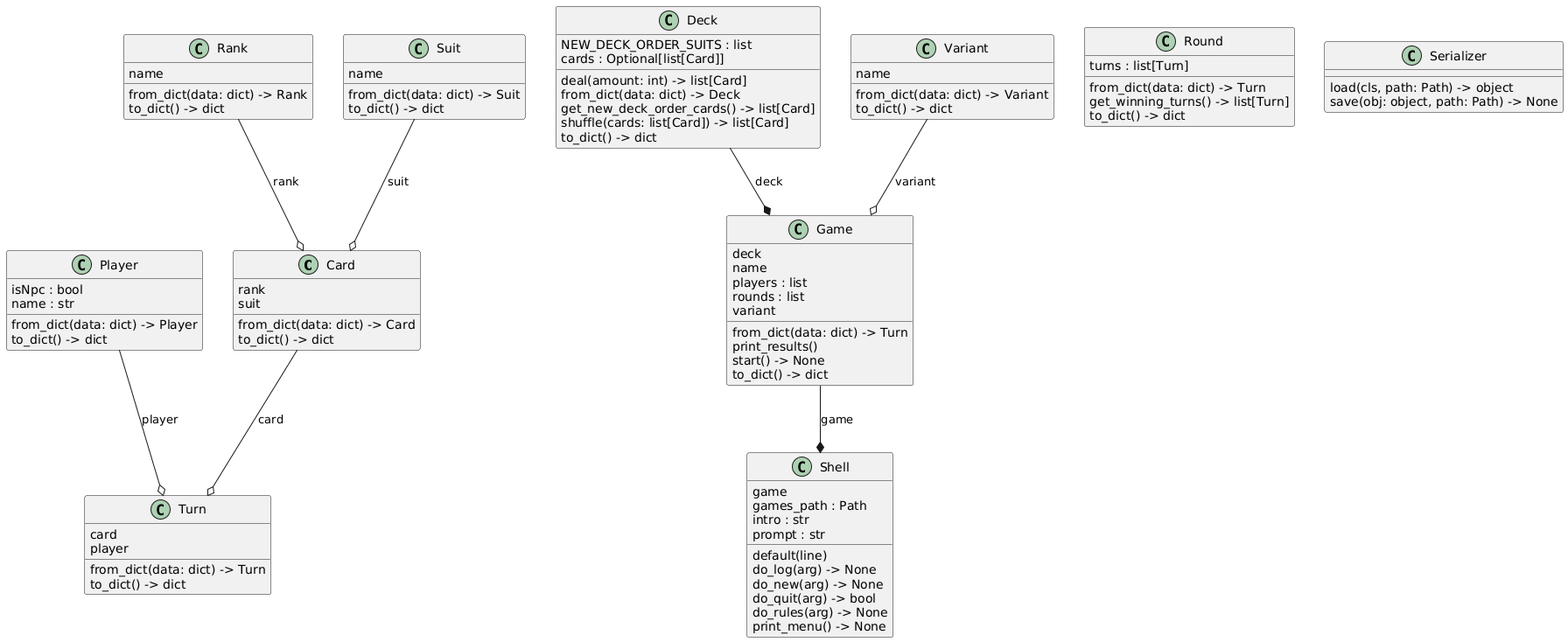
This is docs/uml/png/classes_war.png from b3h3m0th/war, a PlantUML export, as it was before one commit. Source of this version:
```plantuml
@startuml
set namespaceSeparator none
class "Card" as models.card.Card {
  rank
  suit
  from_dict(data: dict) -> Card
  to_dict() -> dict
}
class "Deck" as models.deck.Deck {
  NEW_DECK_ORDER_SUITS : list
  cards : Optional[list[Card]]
  deal(amount: int) -> list[Card]
  from_dict(data: dict) -> Deck
  get_new_deck_order_cards() -> list[Card]
  shuffle(cards: list[Card]) -> list[Card]
  to_dict() -> dict
}
class "Game" as models.game.Game {
  deck
  name
  players : list
  rounds : list
  variant
  from_dict(data: dict) -> Turn
  print_results()
  start() -> None
  to_dict() -> dict
}
class "Player" as models.player.Player {
  isNpc : bool
  name : str
  from_dict(data: dict) -> Player
  to_dict() -> dict
}
class "Rank" as enums.rank.Rank {
  name
  from_dict(data: dict) -> Rank
  to_dict() -> dict
}
class "Round" as models.round.Round {
  turns : list[Turn]
  from_dict(data: dict) -> Turn
  get_winning_turns() -> list[Turn]
  to_dict() -> dict
}
class "Serializer" as utils.serializer.Serializer {
  load(cls, path: Path) -> object
  save(obj: object, path: Path) -> None
}
class "Shell" as models.shell.Shell {
  game
  games_path : Path
  intro : str
  prompt : str
  default(line)
  do_log(arg) -> None
  do_new(arg) -> None
  do_quit(arg) -> bool
  do_rules(arg) -> None
  print_menu() -> None
}
class "Suit" as enums.suit.Suit {
  name
  from_dict(data: dict) -> Suit
  to_dict() -> dict
}
class "Turn" as models.turn.Turn {
  card
  player
  from_dict(data: dict) -> Turn
  to_dict() -> dict
}
class "Variant" as enums.variant.Variant {
  name
  from_dict(data: dict) -> Variant
  to_dict() -> dict
}
models.deck.Deck --* models.game.Game : deck
models.game.Game --* models.shell.Shell : game
enums.rank.Rank --o models.card.Card : rank
enums.suit.Suit --o models.card.Card : suit
enums.variant.Variant --o models.game.Game : variant
models.card.Card --o models.turn.Turn : card
models.player.Player --o models.turn.Turn : player
@enduml
```
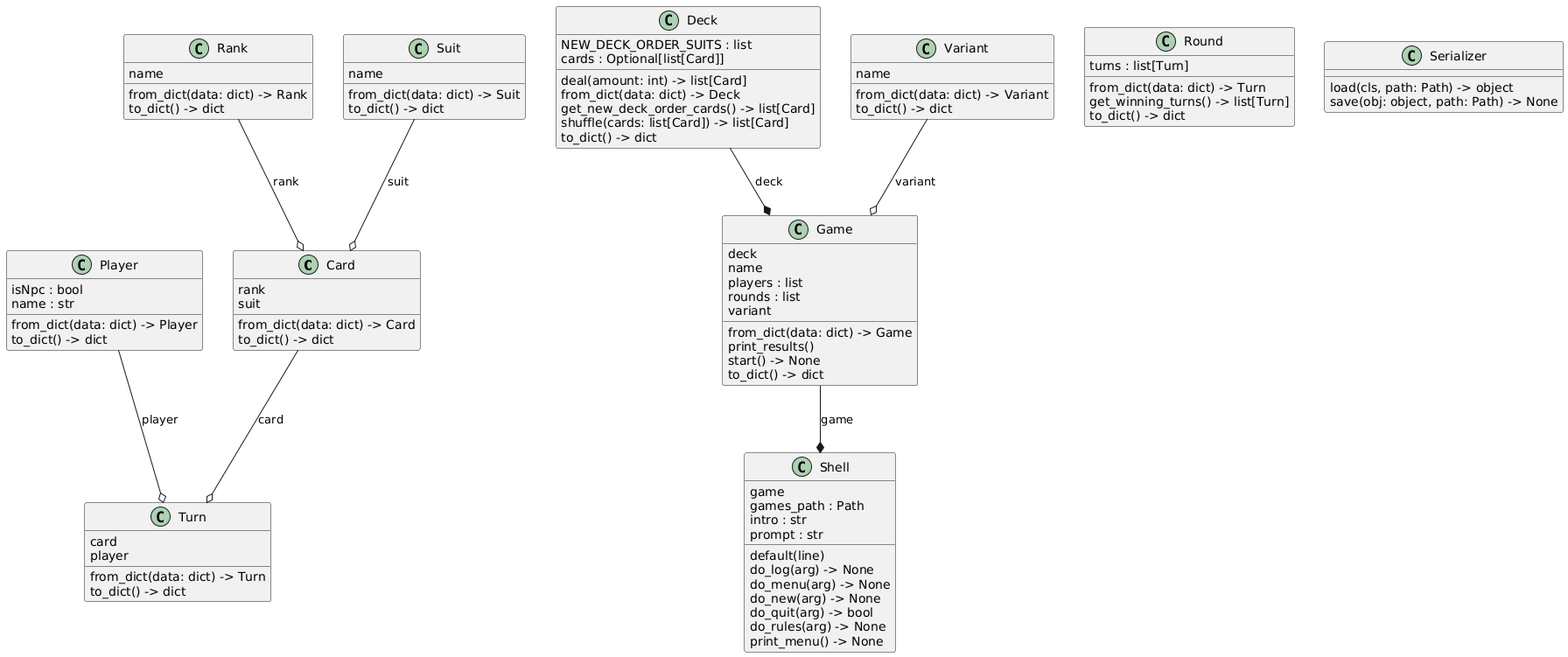
Later version of the same file.

Change to the diagram source:
```diff
@@ -21,7 +21,7 @@
   players : list
   rounds : list
   variant
-  from_dict(data: dict) -> Turn
+  from_dict(data: dict) -> Game
   print_results()
   start() -> None
   to_dict() -> dict
@@ -54,6 +54,7 @@
   prompt : str
   default(line)
   do_log(arg) -> None
+  do_menu(arg) -> None
   do_new(arg) -> None
   do_quit(arg) -> bool
   do_rules(arg) -> None
```
